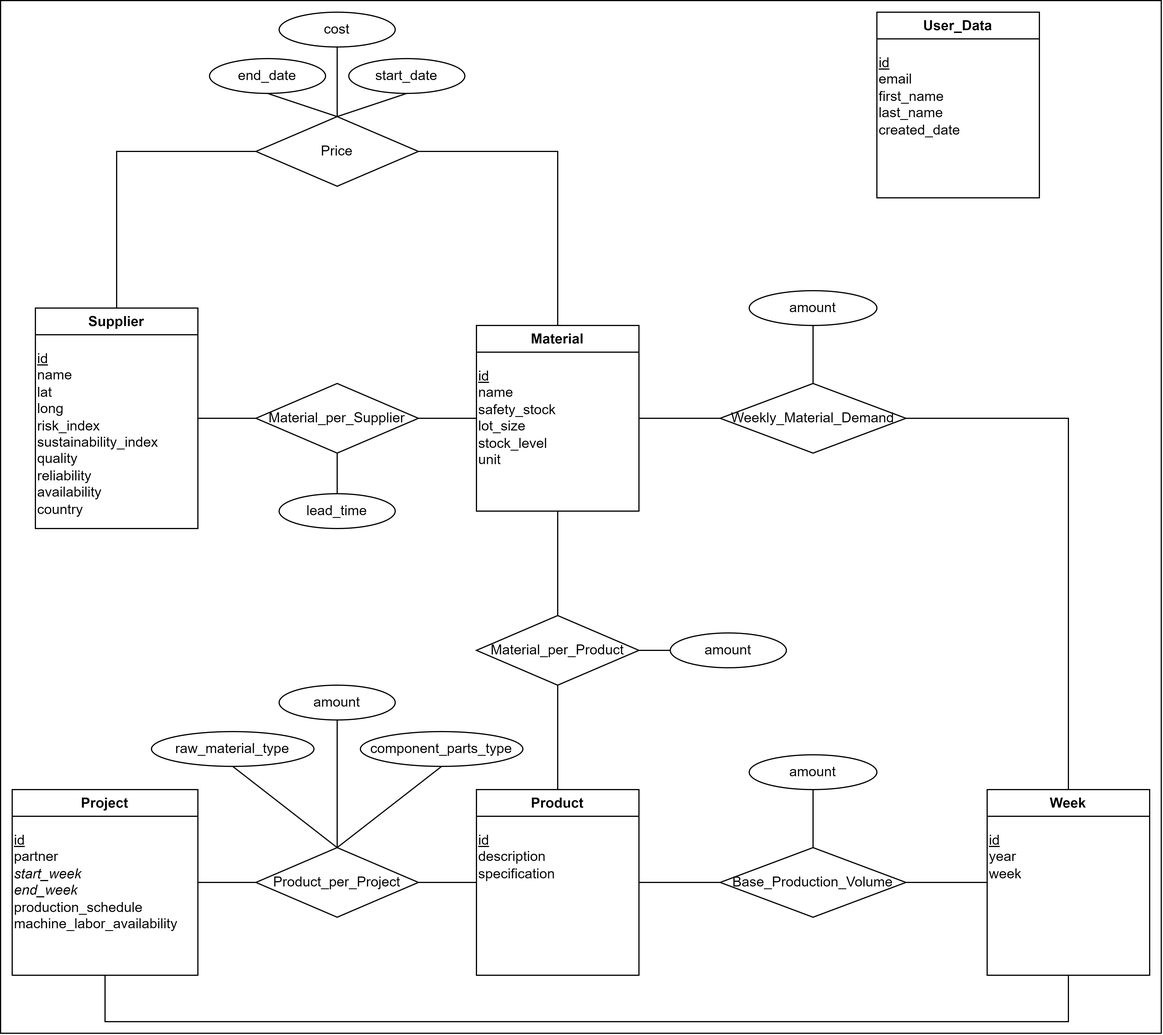
Earlier version of the draw.io export lib/png/UML.drawio.png (DERBersk/batteryapi). Source tidied: cells renumbered, new cells last; positions are measured from the earlier drawing's top-left corner, leaving out a move shared by most shapes.
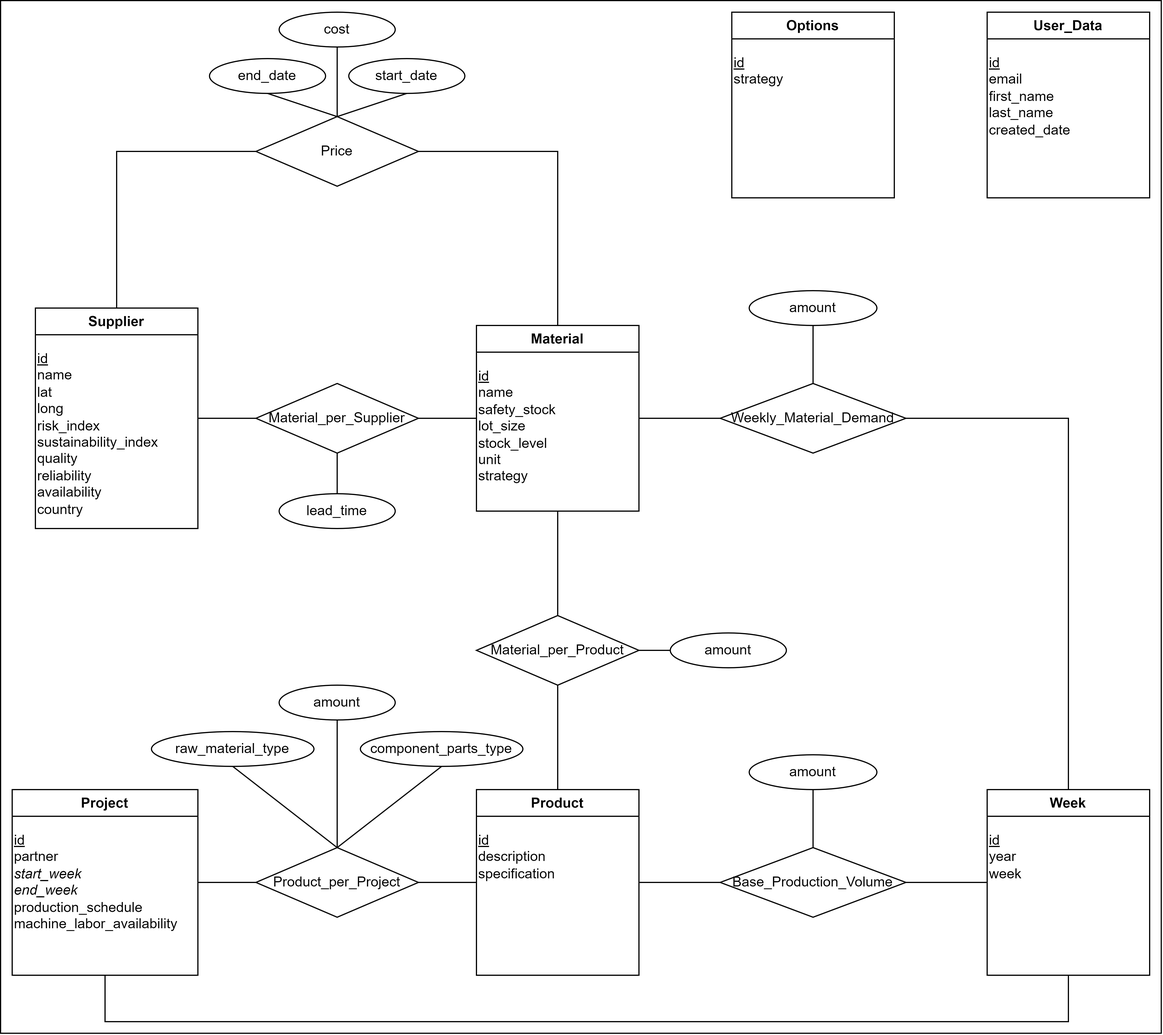
Later version of the same file.

The edit, as a diff of the source:
```diff
@@ -2,6 +2,9 @@
   <root>
     <mxCell id="0" />
     <mxCell id="1" parent="0" />
+    <mxCell id="53" style="rounded=0;whiteSpace=wrap;html=1;fillColor=none;" parent="1" vertex="1">
+      <mxGeometry width="1000" height="890" as="geometry" />
+    </mxCell>
     <mxCell id="2" value="Supplier" style="swimlane;whiteSpace=wrap;html=1;" parent="1" vertex="1">
       <mxGeometry x="30" y="265" width="140" height="190" as="geometry" />
     </mxCell>
@@ -14,8 +17,8 @@
     <mxCell id="5" value="Material" style="swimlane;whiteSpace=wrap;html=1;" parent="1" vertex="1">
       <mxGeometry x="410" y="280" width="140" height="160" as="geometry" />
     </mxCell>
-    <mxCell id="6" value="&lt;u&gt;id&lt;br&gt;&lt;/u&gt;name&lt;br&gt;&lt;div style=&quot;&quot;&gt;safety_stock&lt;/div&gt;&lt;div style=&quot;&quot;&gt;lot_size&lt;/div&gt;&lt;div style=&quot;&quot;&gt;stock_level&lt;/div&gt;&lt;div style=&quot;&quot;&gt;unit&lt;/div&gt;" style="text;html=1;align=left;verticalAlign=top;strokeColor=none;fillColor=none;" parent="5" vertex="1">
-      <mxGeometry y="30" width="90" height="100" as="geometry" />
+    <mxCell id="6" value="&lt;u&gt;id&lt;br&gt;&lt;/u&gt;name&lt;br&gt;&lt;div style=&quot;&quot;&gt;safety_stock&lt;/div&gt;&lt;div style=&quot;&quot;&gt;lot_size&lt;/div&gt;&lt;div style=&quot;&quot;&gt;stock_level&lt;/div&gt;&lt;div style=&quot;&quot;&gt;unit&lt;/div&gt;&lt;div style=&quot;&quot;&gt;strategy&lt;/div&gt;" style="text;html=1;align=left;verticalAlign=top;strokeColor=none;fillColor=none;" parent="5" vertex="1">
+      <mxGeometry y="30" width="90" height="110" as="geometry" />
     </mxCell>
     <mxCell id="7" value="Product" style="swimlane;whiteSpace=wrap;html=1;" parent="1" vertex="1">
       <mxGeometry x="410" y="680" width="140" height="160" as="geometry" />
@@ -50,7 +53,7 @@
       <mxGeometry x="220" y="730" width="140" height="60" as="geometry" />
     </mxCell>
     <mxCell id="16" value="User_Data" style="swimlane;whiteSpace=wrap;html=1;" parent="1" vertex="1">
-      <mxGeometry x="755" y="10" width="140" height="160" as="geometry" />
+      <mxGeometry x="850" y="10" width="140" height="160" as="geometry" />
     </mxCell>
     <mxCell id="17" value="&lt;u&gt;id&lt;br&gt;&lt;/u&gt;email&lt;br&gt;first_name&lt;br&gt;last_name&lt;br&gt;created_date" style="text;html=1;align=left;verticalAlign=top;strokeColor=none;fillColor=none;" parent="16" vertex="1">
       <mxGeometry y="30" width="90" height="90" as="geometry" />
@@ -170,8 +173,11 @@
     <mxCell id="52" value="amount" style="ellipse;whiteSpace=wrap;html=1;" parent="1" vertex="1">
       <mxGeometry x="645" y="250" width="110" height="30" as="geometry" />
     </mxCell>
-    <mxCell id="53" style="rounded=0;whiteSpace=wrap;html=1;fillColor=none;" parent="1" vertex="1">
-      <mxGeometry width="1000" height="890" as="geometry" />
-    </mxCell>
+    <mxCell id="54" value="Options" style="swimlane;whiteSpace=wrap;html=1;" parent="1" vertex="1">
+      <mxGeometry x="630" y="10" width="140" height="160" as="geometry" />
+    </mxCell>
+    <mxCell id="55" value="&lt;u&gt;id&lt;br&gt;&lt;/u&gt;strategy" style="text;html=1;align=left;verticalAlign=top;strokeColor=none;fillColor=none;" parent="54" vertex="1">
+      <mxGeometry y="30" width="70" height="40" as="geometry" />
+    </mxCell>
   </root>
 </mxGraphModel>
```
